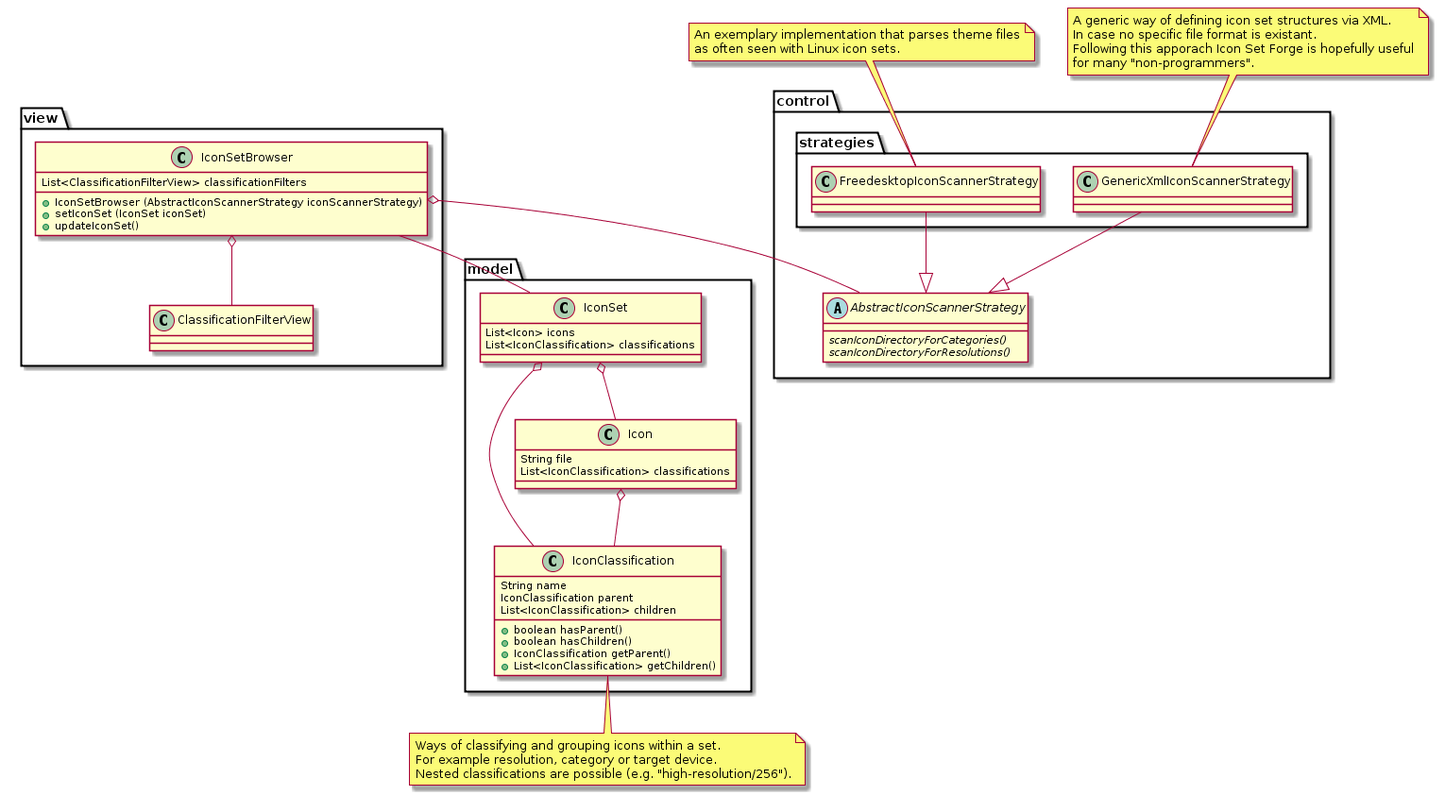
Manuel-Kehl/Icon-Set-Forge keeps this PlantUML diagram as Concept/classes.png. Above is the earlier version.
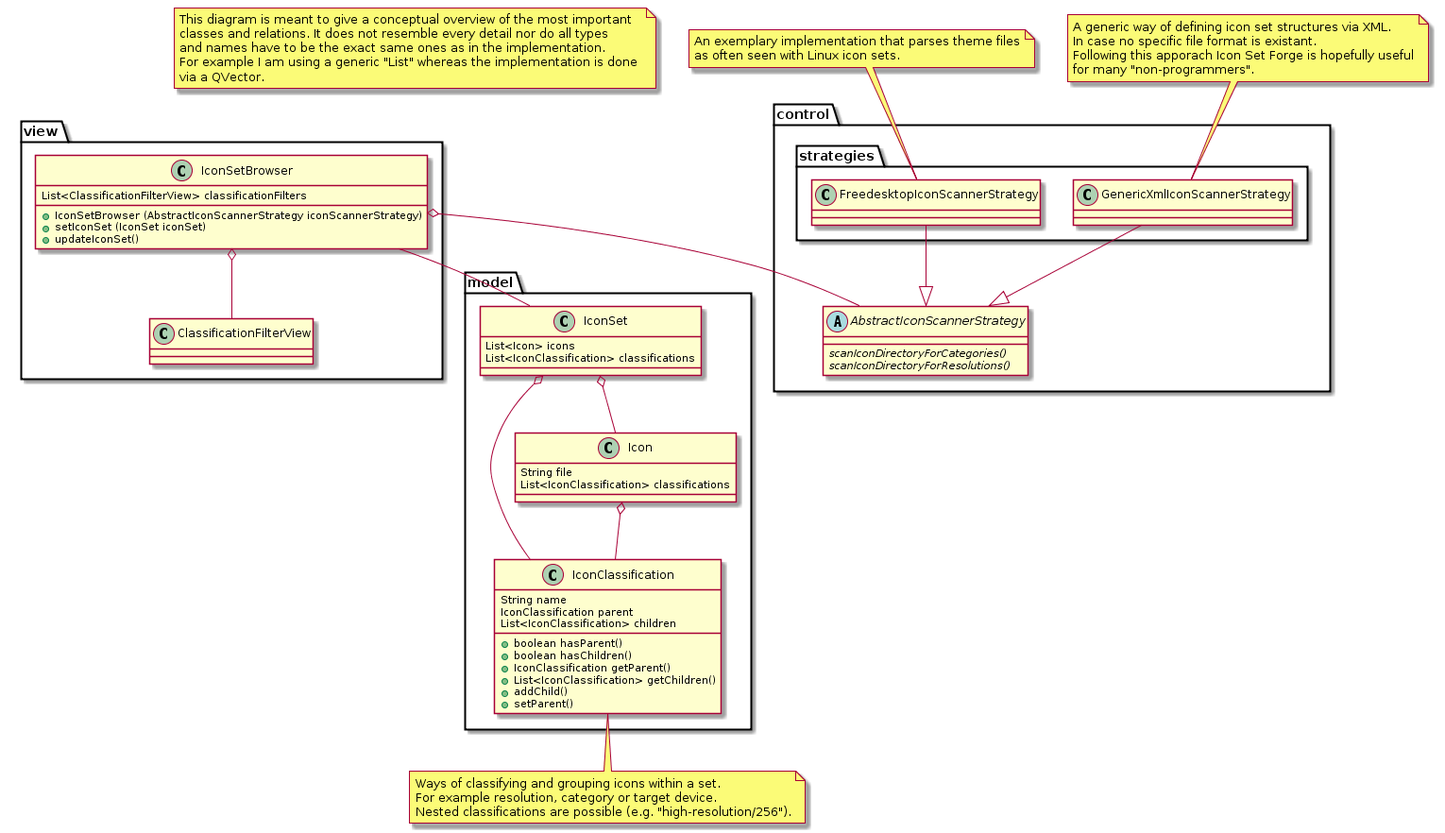
Later version of the same file.

Commit message:
Added an explanation note to the diagram, to underline, that it is only meant as a conceptual overview.

What changed in the source:
```diff
@@ -1,4 +1,13 @@
 @startuml
+
+note as N1
+This diagram is meant to give a conceptual overview of the most important
+classes and relations. It does not resemble every detail nor do all types
+and names have to be the exact same ones as in the implementation.
+For example I am using a generic "List" whereas the implementation is done
+via a QVector.
+end note
+
 package control {
 	abstract class AbstractIconScannerStrategy {
 		{abstract} + scanIconDirectoryForCategories()
@@ -30,6 +39,8 @@
 		+ boolean hasChildren()
 		+ IconClassification getParent()
 		+ List<IconClassification> getChildren()
+		+ addChild()
+		+ setParent()
 	}
 
 	class IconSet {
```
